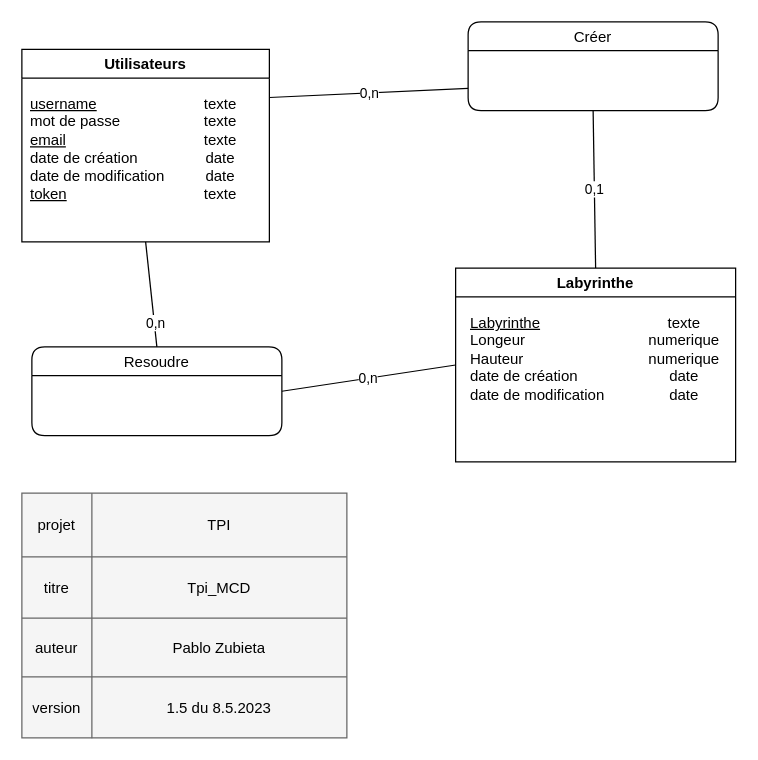
Above: Documentation/database/MCD_V2.drawio in PabloZubieta/Tpi (draw.io), before the change. Source tidied: cells renumbered, new cells numbered last; positions are measured from the earlier drawing's top-left corner, leaving out a move shared by most shapes. Both pictures are drawn from the tidied source at 125%, with x=0, y=0 at pixel (21, 21).
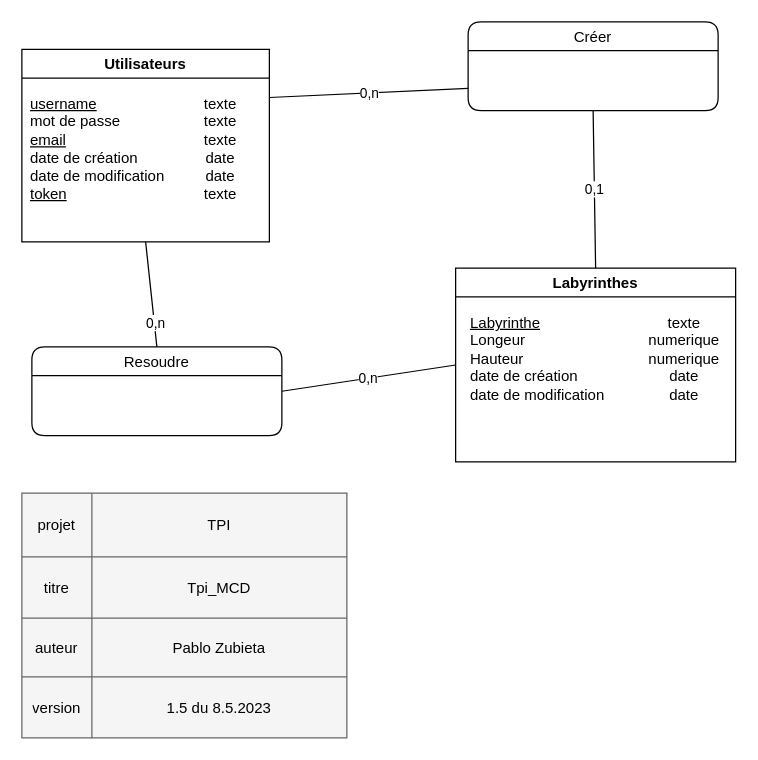
The same page after the edit.

Diff of the diagram source:
```diff
@@
-    <mxCell id="23" value="Labyrinthe" style="swimlane;startSize=23;" parent="1" vertex="1">
+    <mxCell id="23" value="Labyrinthes" style="swimlane;startSize=23;" parent="1" vertex="1">
       <mxGeometry x="347" y="197" width="224" height="155" as="geometry" />
     </mxCell>
```
